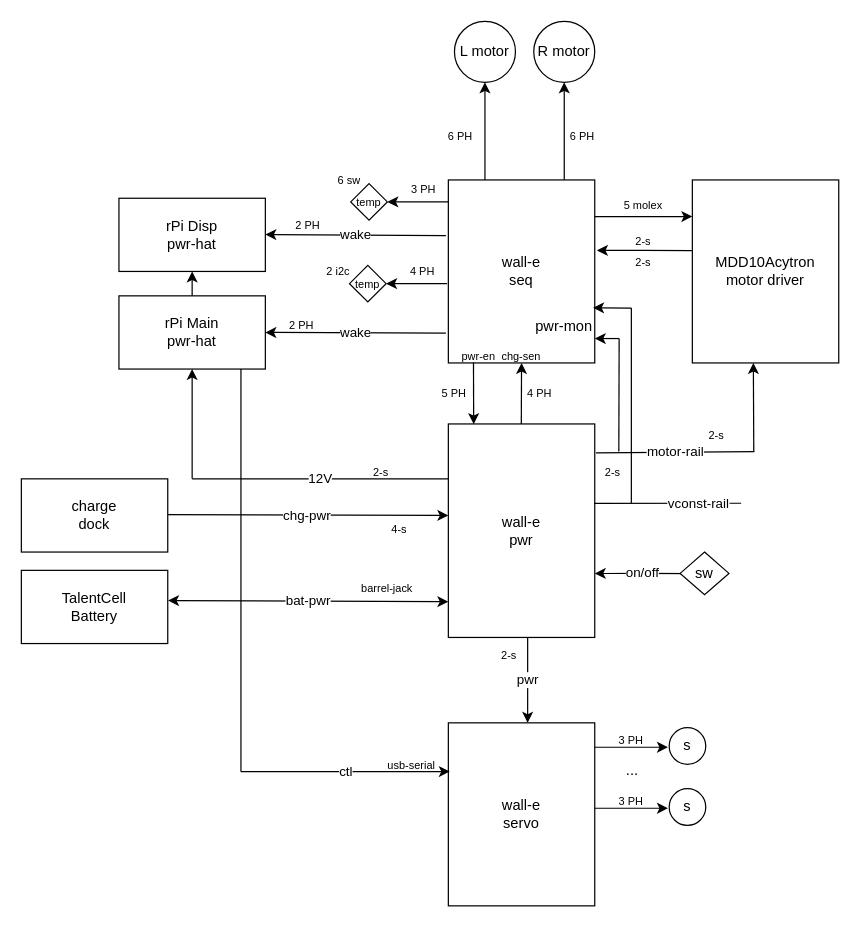
jwood5063/wall-e keeps this draw.io diagram as docs/wall-e-block.drawio. Above is the earlier version. Source tidied: cells renumbered, new cells numbered last; positions are measured from the earlier drawing's top-left corner, leaving out a move shared by most shapes. Both pictures are drawn from the tidied source at 122%, with x=0, y=0 at pixel (21, 21).
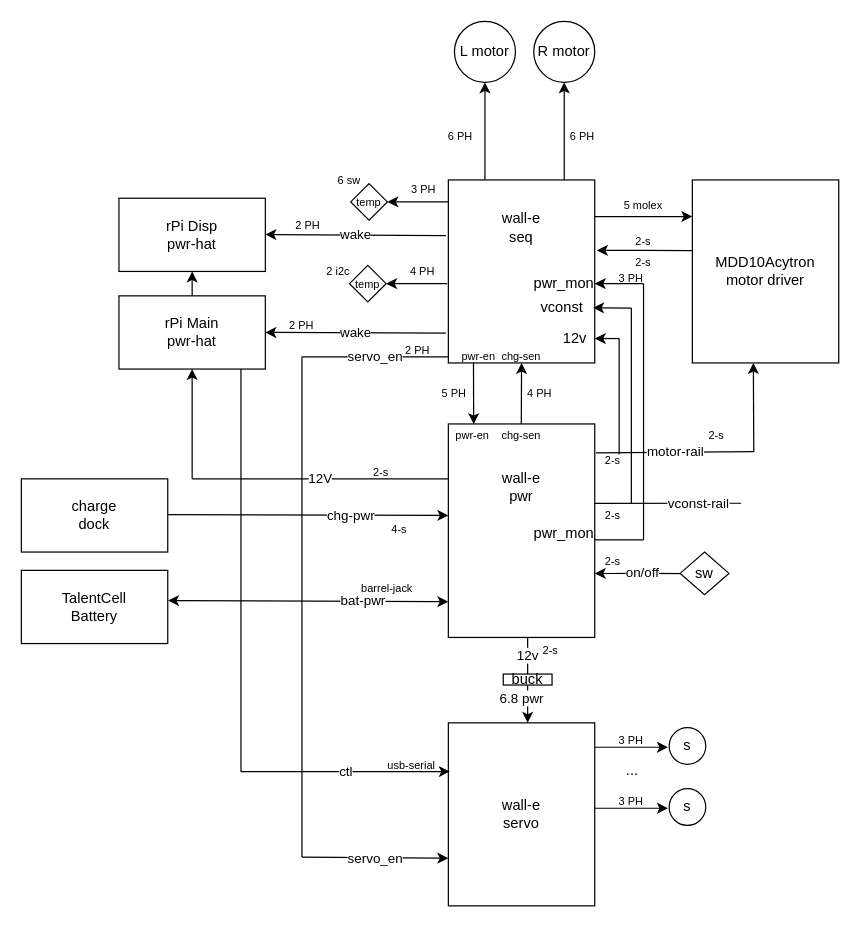
The same diagram, later.

The change refers to these unchanged cells:
```xml
<mxCell id="16" value="2-s" style="text;html=1;whiteSpace=wrap;strokeColor=none;fillColor=none;align=center;verticalAlign=middle;rounded=0;fontSize=9;" parent="1" vertex="1">
  <mxGeometry x="480" y="183" width="60" height="30" as="geometry" />
</mxCell>
<mxCell id="40" value="charge&lt;div&gt;dock&lt;/div&gt;" style="rounded=0;whiteSpace=wrap;html=1;" parent="1" vertex="1">
  <mxGeometry y="375" width="120" height="60" as="geometry" />
</mxCell>
<mxCell id="58" value="TalentCell&lt;div&gt;Battery&lt;/div&gt;" style="rounded=0;whiteSpace=wrap;html=1;" parent="1" vertex="1">
  <mxGeometry y="450" width="120" height="60" as="geometry" />
</mxCell>
```

The edit, as a diff of the source:
```diff
@@
-    <mxCell id="2" value="wall-e&lt;div&gt;seq&lt;/div&gt;" style="rounded=0;whiteSpace=wrap;html=1;" parent="1" vertex="1">
+    <mxCell id="2" value="wall-e&lt;div&gt;seq&lt;/div&gt;&lt;div&gt;&lt;br&gt;&lt;/div&gt;&lt;div&gt;&lt;br&gt;&lt;/div&gt;&lt;div&gt;&lt;br&gt;&lt;/div&gt;&lt;div&gt;&lt;br&gt;&lt;/div&gt;&lt;div&gt;&lt;br&gt;&lt;/div&gt;" style="rounded=0;whiteSpace=wrap;html=1;labelPosition=center;verticalLabelPosition=middle;align=center;verticalAlign=middle;" parent="1" vertex="1">
       <mxGeometry x="350" y="130" width="120" height="150" as="geometry" />
     </mxCell>
-    <mxCell id="3" value="wall-e&lt;div&gt;pwr&lt;/div&gt;" style="rounded=0;whiteSpace=wrap;html=1;" parent="1" vertex="1">
+    <mxCell id="3" value="wall-e&lt;div&gt;pwr&lt;/div&gt;&lt;div&gt;&lt;br&gt;&lt;/div&gt;&lt;div&gt;&lt;br&gt;&lt;/div&gt;&lt;div&gt;&lt;br&gt;&lt;/div&gt;&lt;div&gt;&lt;br&gt;&lt;/div&gt;&lt;div&gt;&lt;br&gt;&lt;/div&gt;" style="rounded=0;whiteSpace=wrap;html=1;" parent="1" vertex="1">
       <mxGeometry x="350" y="330" width="120" height="175" as="geometry" />
     </mxCell>
@@
     <mxCell id="39" value="chg-pwr" style="endArrow=classic;html=1;rounded=0;defaultLabelBackgroundColor=page;labelPadding=0 4;exitX=0.987;exitY=0.489;exitDx=0;exitDy=0;exitPerimeter=0;" parent="1" edge="1" source="40">
-      <mxGeometry relative="1" as="geometry">
+      <mxGeometry x="0.31" relative="1" as="geometry">
         <mxPoint x="350" y="405" as="targetPoint" />
       </mxGeometry>
     </mxCell>
@@
-    <mxCell id="50" style="endArrow=none;html=1;rounded=0;defaultLabelBackgroundColor=page;labelPadding=0 4;exitX=0.579;exitY=-0.079;exitDx=0;exitDy=0;exitPerimeter=0;" parent="1" edge="1" source="55">
+    <mxCell id="50" style="endArrow=none;html=1;rounded=0;defaultLabelBackgroundColor=page;labelPadding=0 4;" parent="1" edge="1">
       <mxGeometry relative="1" as="geometry">
+        <mxPoint x="490" y="355" as="sourcePoint" />
         <mxPoint x="490" y="260" as="targetPoint" />
       </mxGeometry>
     </mxCell>
-    <mxCell id="51" value="pwr-mon" style="text;html=1;whiteSpace=wrap;strokeColor=none;fillColor=none;align=center;verticalAlign=middle;rounded=0;" parent="1" vertex="1">
-      <mxGeometry x="415" y="235" width="60" height="30" as="geometry" />
-    </mxCell>
-    <mxCell id="52" style="endArrow=classic;html=1;rounded=0;defaultLabelBackgroundColor=page;labelPadding=0 4;entryX=0.894;entryY=-0.008;entryDx=0;entryDy=0;entryPerimeter=0;" parent="1" edge="1" target="51">
+    <mxCell id="52" style="endArrow=classic;html=1;rounded=0;defaultLabelBackgroundColor=page;labelPadding=0 4;entryX=0.894;entryY=-0.008;entryDx=0;entryDy=0;entryPerimeter=0;" parent="1" edge="1">
       <mxGeometry relative="1" as="geometry">
         <mxPoint x="500" y="235" as="sourcePoint" />
+        <mxPoint x="468.6" y="234.8" as="targetPoint" />
       </mxGeometry>
     </mxCell>
@@
     <mxCell id="55" value="2-s" style="text;html=1;whiteSpace=wrap;strokeColor=none;fillColor=none;align=center;verticalAlign=middle;rounded=0;fontSize=9;" parent="1" vertex="1">
-      <mxGeometry x="455" y="355" width="60" height="30" as="geometry" />
+      <mxGeometry x="455" y="345" width="60" height="30" as="geometry" />
     </mxCell>
-    <mxCell id="56" value="pwr" style="endArrow=classic;html=1;rounded=0;defaultLabelBackgroundColor=page;labelPadding=0 4;entryX=0.75;entryY=0;entryDx=0;entryDy=0;exitX=0.75;exitY=0;exitDx=0;exitDy=0;" parent="1" edge="1" source="57">
-      <mxGeometry relative="1" as="geometry">
+    <mxCell id="56" value="6.8 pwr" style="endArrow=classic;html=1;rounded=0;defaultLabelBackgroundColor=page;labelPadding=0 4;entryX=0.75;entryY=0;entryDx=0;entryDy=0;exitX=0.5;exitY=1;exitDx=0;exitDy=0;" parent="1" edge="1" source="75">
+      <mxGeometry x="-0.29" y="-5" relative="1" as="geometry">
         <mxPoint x="415" y="575" as="targetPoint" />
       </mxGeometry>
     </mxCell>
-    <mxCell id="57" value="2-s" style="text;html=1;whiteSpace=wrap;strokeColor=none;fillColor=none;align=center;verticalAlign=middle;rounded=0;fontSize=9;" parent="1" vertex="1">
-      <mxGeometry x="370" y="505" width="60" height="30" as="geometry" />
-    </mxCell>
@@
     <mxCell id="59" value="bat-pwr" style="endArrow=classic;html=1;rounded=0;defaultLabelBackgroundColor=page;labelPadding=0 4;exitX=1.002;exitY=0.412;exitDx=0;exitDy=0;exitPerimeter=0;startArrow=classic;startFill=1;" parent="1" edge="1" source="58">
-      <mxGeometry relative="1" as="geometry">
+      <mxGeometry x="0.39" relative="1" as="geometry">
         <mxPoint x="350" y="475.7" as="targetPoint" />
       </mxGeometry>
     </mxCell>
@@
+    <mxCell id="71" value="servo_en" style="endArrow=none;html=1;rounded=0;defaultLabelBackgroundColor=page;labelPadding=0 4;exitX=-0.017;exitY=0.837;exitDx=0;exitDy=0;exitPerimeter=0;startArrow=classic;startFill=1;endFill=0;" parent="1" edge="1">
+      <mxGeometry relative="1" as="geometry">
+        <mxPoint x="350" y="686" as="sourcePoint" />
+        <mxPoint x="230" y="685" as="targetPoint" />
+      </mxGeometry>
+    </mxCell>
+    <mxCell id="72" value="servo_en" style="endArrow=none;html=1;rounded=0;defaultLabelBackgroundColor=page;labelPadding=0 4;" parent="1" edge="1">
+      <mxGeometry relative="1" as="geometry">
+        <mxPoint x="230" y="275" as="sourcePoint" />
+        <mxPoint x="350" y="275" as="targetPoint" />
+      </mxGeometry>
+    </mxCell>
+    <mxCell id="73" style="endArrow=none;html=1;rounded=0;defaultLabelBackgroundColor=page;labelPadding=0 4;" parent="1" edge="1">
+      <mxGeometry relative="1" as="geometry">
+        <mxPoint x="230" y="685" as="sourcePoint" />
+        <mxPoint x="230" y="275" as="targetPoint" />
+      </mxGeometry>
+    </mxCell>
+    <mxCell id="74" value="2 PH" style="text;html=1;whiteSpace=wrap;strokeColor=none;fillColor=none;align=center;verticalAlign=middle;rounded=0;fontSize=9;" parent="1" vertex="1">
+      <mxGeometry x="295" y="255" width="60" height="30" as="geometry" />
+    </mxCell>
+    <mxCell id="75" value="buck" style="rounded=0;whiteSpace=wrap;html=1;" parent="1" vertex="1">
+      <mxGeometry x="395" y="535" width="40" height="9" as="geometry" />
+    </mxCell>
+    <mxCell id="76" value="12v" style="endArrow=none;html=1;rounded=0;defaultLabelBackgroundColor=page;labelPadding=0 4;" parent="1" edge="1">
+      <mxGeometry relative="1" as="geometry">
+        <mxPoint x="415" y="535" as="sourcePoint" />
+        <mxPoint x="415" y="505" as="targetPoint" />
+      </mxGeometry>
+    </mxCell>
+    <mxCell id="77" value="2-s" style="text;html=1;whiteSpace=wrap;strokeColor=none;fillColor=none;align=center;verticalAlign=middle;rounded=0;fontSize=9;" parent="1" vertex="1">
+      <mxGeometry x="404" y="501" width="60" height="30" as="geometry" />
+    </mxCell>
+    <mxCell id="78" value="2-s" style="text;html=1;whiteSpace=wrap;strokeColor=none;fillColor=none;align=center;verticalAlign=middle;rounded=0;fontSize=9;" parent="1" vertex="1">
+      <mxGeometry x="455" y="428" width="60" height="30" as="geometry" />
+    </mxCell>
+    <mxCell id="79" value="2-s" style="text;html=1;whiteSpace=wrap;strokeColor=none;fillColor=none;align=center;verticalAlign=middle;rounded=0;fontSize=9;" parent="1" vertex="1">
+      <mxGeometry x="455" y="390" width="60" height="30" as="geometry" />
+    </mxCell>
+    <mxCell id="80" style="endArrow=none;html=1;rounded=0;defaultLabelBackgroundColor=page;labelPadding=0 4;" parent="1" edge="1">
+      <mxGeometry relative="1" as="geometry">
+        <mxPoint x="470" y="425" as="sourcePoint" />
+        <mxPoint x="510" y="425" as="targetPoint" />
+      </mxGeometry>
+    </mxCell>
+    <mxCell id="81" style="endArrow=none;html=1;rounded=0;defaultLabelBackgroundColor=page;labelPadding=0 4;" parent="1" edge="1">
+      <mxGeometry relative="1" as="geometry">
+        <mxPoint x="510" y="425" as="sourcePoint" />
+        <mxPoint x="510" y="215" as="targetPoint" />
+      </mxGeometry>
+    </mxCell>
+    <mxCell id="82" style="endArrow=classic;html=1;rounded=0;defaultLabelBackgroundColor=page;labelPadding=0 4;entryX=0.894;entryY=-0.008;entryDx=0;entryDy=0;entryPerimeter=0;exitX=0.5;exitY=1.067;exitDx=0;exitDy=0;exitPerimeter=0;" parent="1" edge="1" source="16">
+      <mxGeometry relative="1" as="geometry">
+        <mxPoint x="470" y="215" as="targetPoint" />
+      </mxGeometry>
+    </mxCell>
+    <mxCell id="83" value="3 PH" style="text;html=1;whiteSpace=wrap;strokeColor=none;fillColor=none;align=center;verticalAlign=middle;rounded=0;fontSize=9;" parent="1" vertex="1">
+      <mxGeometry x="470" y="196" width="60" height="30" as="geometry" />
+    </mxCell>
+    <mxCell id="84" value="pwr_mon" style="text;html=1;whiteSpace=wrap;strokeColor=none;fillColor=none;align=center;verticalAlign=middle;rounded=0;" parent="1" vertex="1">
+      <mxGeometry x="415" y="200" width="60" height="30" as="geometry" />
+    </mxCell>
+    <mxCell id="85" value="vconst" style="text;html=1;whiteSpace=wrap;strokeColor=none;fillColor=none;align=left;verticalAlign=middle;rounded=0;" parent="1" vertex="1">
+      <mxGeometry x="424" y="220" width="60" height="30" as="geometry" />
+    </mxCell>
+    <mxCell id="86" value="12v" style="text;html=1;whiteSpace=wrap;strokeColor=none;fillColor=none;align=center;verticalAlign=middle;rounded=0;" parent="1" vertex="1">
+      <mxGeometry x="424" y="245" width="60" height="30" as="geometry" />
+    </mxCell>
+    <mxCell id="87" value="pwr_mon" style="text;html=1;whiteSpace=wrap;strokeColor=none;fillColor=none;align=center;verticalAlign=middle;rounded=0;" parent="1" vertex="1">
+      <mxGeometry x="415" y="405" width="60" height="30" as="geometry" />
+    </mxCell>
+    <mxCell id="88" value="chg-sen" style="text;html=1;whiteSpace=wrap;strokeColor=none;fillColor=none;align=center;verticalAlign=middle;rounded=0;fontSize=9;" parent="1" vertex="1">
+      <mxGeometry x="380" y="325" width="60" height="30" as="geometry" />
+    </mxCell>
+    <mxCell id="89" value="pwr-en" style="text;html=1;whiteSpace=wrap;strokeColor=none;fillColor=none;align=center;verticalAlign=middle;rounded=0;fontSize=9;" parent="1" vertex="1">
+      <mxGeometry x="340" y="325" width="60" height="30" as="geometry" />
+    </mxCell>
```
